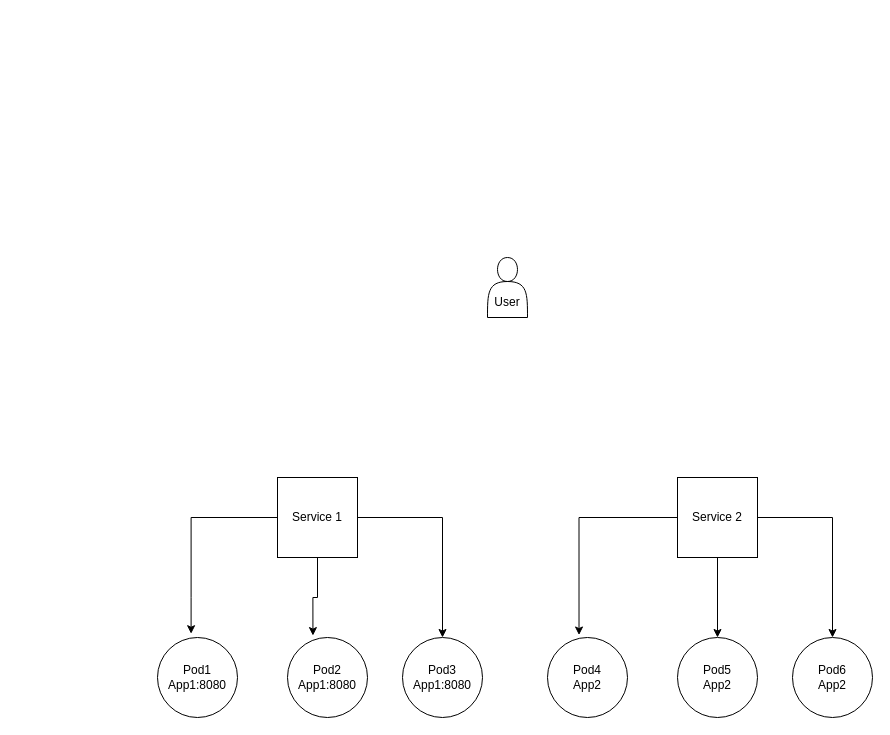
Above: Untitled Diagram.drawio in namanchopra21087/design-documents (draw.io), before the change. Source tidied: cells renumbered, new cells numbered last; positions are measured from the earlier drawing's top-left corner, leaving out a move shared by most shapes. Both pictures are drawn from the tidied source at 100%, with x=0, y=0 at pixel (157, 257).
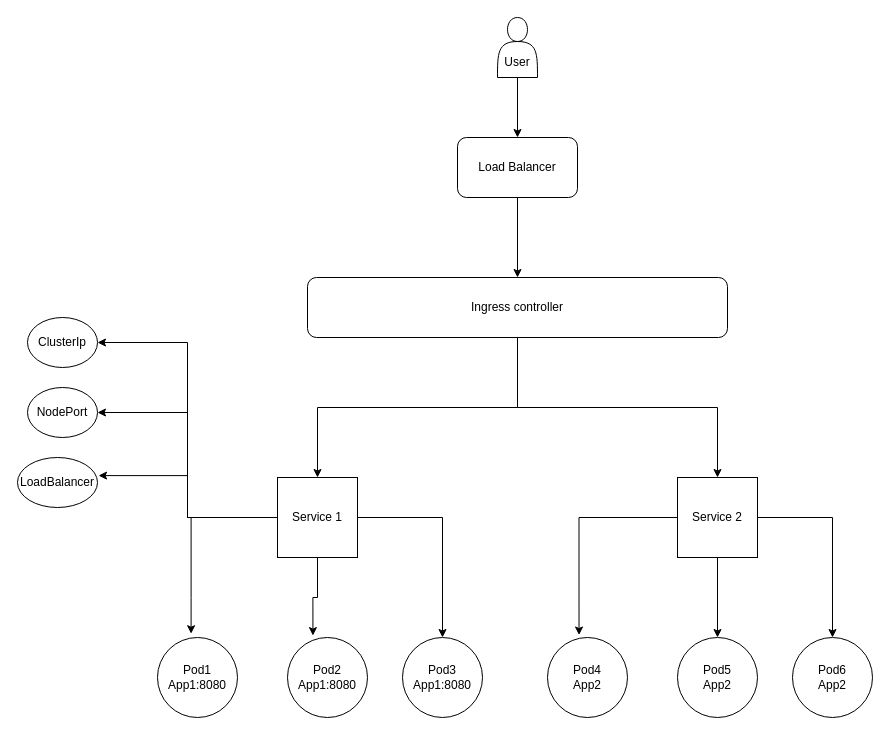
After the change.

The change refers to these unchanged cells:
```xml
<mxCell id="10" value="Service 1" style="whiteSpace=wrap;html=1;" parent="1" vertex="1">
  <mxGeometry x="120" y="220" width="80" height="80" as="geometry" />
</mxCell>
<mxCell id="15" value="Service 2" style="whiteSpace=wrap;html=1;" parent="1" vertex="1">
  <mxGeometry x="520" y="220" width="80" height="80" as="geometry" />
</mxCell>
```

What changed in the source:
```diff
@@
+    <mxCell id="17" style="edgeStyle=orthogonalEdgeStyle;rounded=0;jettySize=auto;html=1;entryX=0.5;entryY=0;entryDx=0;entryDy=0;" parent="1" edge="1" source="8" target="28">
+      <mxGeometry relative="1" as="geometry" />
+    </mxCell>
     <mxCell id="8" value="&lt;br&gt;&lt;br&gt;User" style="shape=actor;whiteSpace=wrap;html=1;" parent="1" vertex="1">
-      <mxGeometry x="330" width="40" height="60" as="geometry" />
+      <mxGeometry x="340" y="-240" width="40" height="60" as="geometry" />
     </mxCell>
@@
+    <mxCell id="18" style="edgeStyle=orthogonalEdgeStyle;rounded=0;jettySize=auto;html=1;entryX=1;entryY=0.5;entryDx=0;entryDy=0;" parent="1" edge="1" source="10" target="21">
+      <mxGeometry relative="1" as="geometry" />
+    </mxCell>
+    <mxCell id="19" style="edgeStyle=orthogonalEdgeStyle;rounded=0;jettySize=auto;html=1;entryX=1;entryY=0.5;entryDx=0;entryDy=0;" parent="1" edge="1" source="10" target="20">
+      <mxGeometry relative="1" as="geometry" />
+    </mxCell>
@@
+    <mxCell id="20" value="ClusterIp" style="ellipse;whiteSpace=wrap;html=1;" parent="1" vertex="1">
+      <mxGeometry x="-130" y="60" width="70" height="50" as="geometry" />
+    </mxCell>
+    <mxCell id="21" value="NodePort" style="ellipse;whiteSpace=wrap;html=1;" parent="1" vertex="1">
+      <mxGeometry x="-130" y="130" width="70" height="50" as="geometry" />
+    </mxCell>
+    <mxCell id="22" value="LoadBalancer" style="ellipse;whiteSpace=wrap;html=1;" parent="1" vertex="1">
+      <mxGeometry x="-140" y="200" width="80" height="50" as="geometry" />
+    </mxCell>
+    <mxCell id="23" style="edgeStyle=orthogonalEdgeStyle;rounded=0;jettySize=auto;html=1;entryX=1.013;entryY=0.362;entryDx=0;entryDy=0;entryPerimeter=0;" parent="1" edge="1" source="10" target="22">
+      <mxGeometry relative="1" as="geometry" />
+    </mxCell>
+    <mxCell id="24" style="edgeStyle=orthogonalEdgeStyle;rounded=0;jettySize=auto;html=1;entryX=0.5;entryY=0;entryDx=0;entryDy=0;" parent="1" edge="1" source="26" target="10">
+      <mxGeometry relative="1" as="geometry" />
+    </mxCell>
+    <mxCell id="25" style="edgeStyle=orthogonalEdgeStyle;rounded=0;jettySize=auto;html=1;entryX=0.5;entryY=0;entryDx=0;entryDy=0;" parent="1" edge="1" source="26" target="15">
+      <mxGeometry relative="1" as="geometry" />
+    </mxCell>
+    <mxCell id="26" value="Ingress controller" style="rounded=1;whiteSpace=wrap;html=1;" parent="1" vertex="1">
+      <mxGeometry x="150" y="20" width="420" height="60" as="geometry" />
+    </mxCell>
+    <mxCell id="27" style="edgeStyle=orthogonalEdgeStyle;rounded=0;jettySize=auto;html=1;entryX=0.5;entryY=0;entryDx=0;entryDy=0;" parent="1" edge="1" source="28" target="26">
+      <mxGeometry relative="1" as="geometry" />
+    </mxCell>
+    <mxCell id="28" value="Load Balancer" style="whiteSpace=wrap;html=1;rounded=1;" parent="1" vertex="1">
+      <mxGeometry x="300" y="-120" width="120" height="60" as="geometry" />
+    </mxCell>
```
